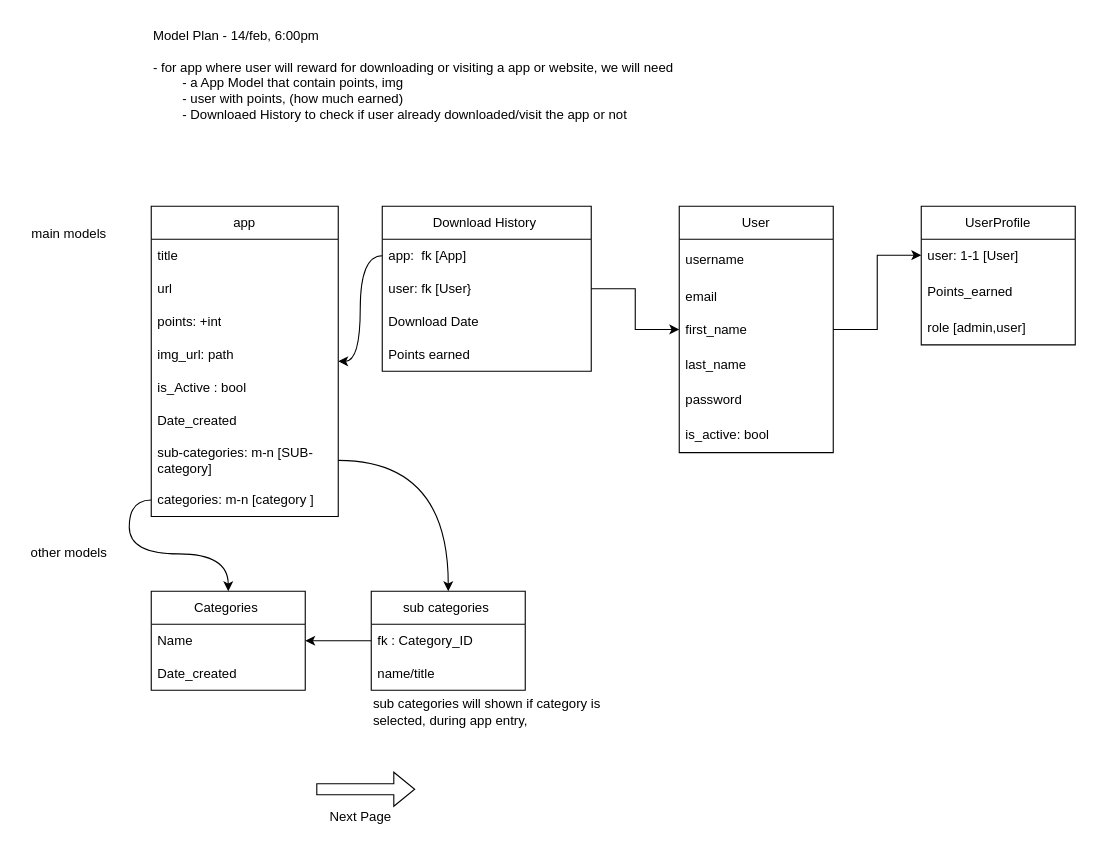
The draw.io diagram page "Models" (1 of 3) of ProjectDetails/modelsPlan_nextLab_assignment.drawio in Rajneeshzytox/nextLab_assignment_app, before the edit. Source tidied: cells renumbered, new cells numbered last; positions are measured from the earlier drawing's top-left corner, leaving out a move shared by most shapes. Both pictures are drawn from the tidied source at 110%, with x=0, y=0 at pixel (19, 19).
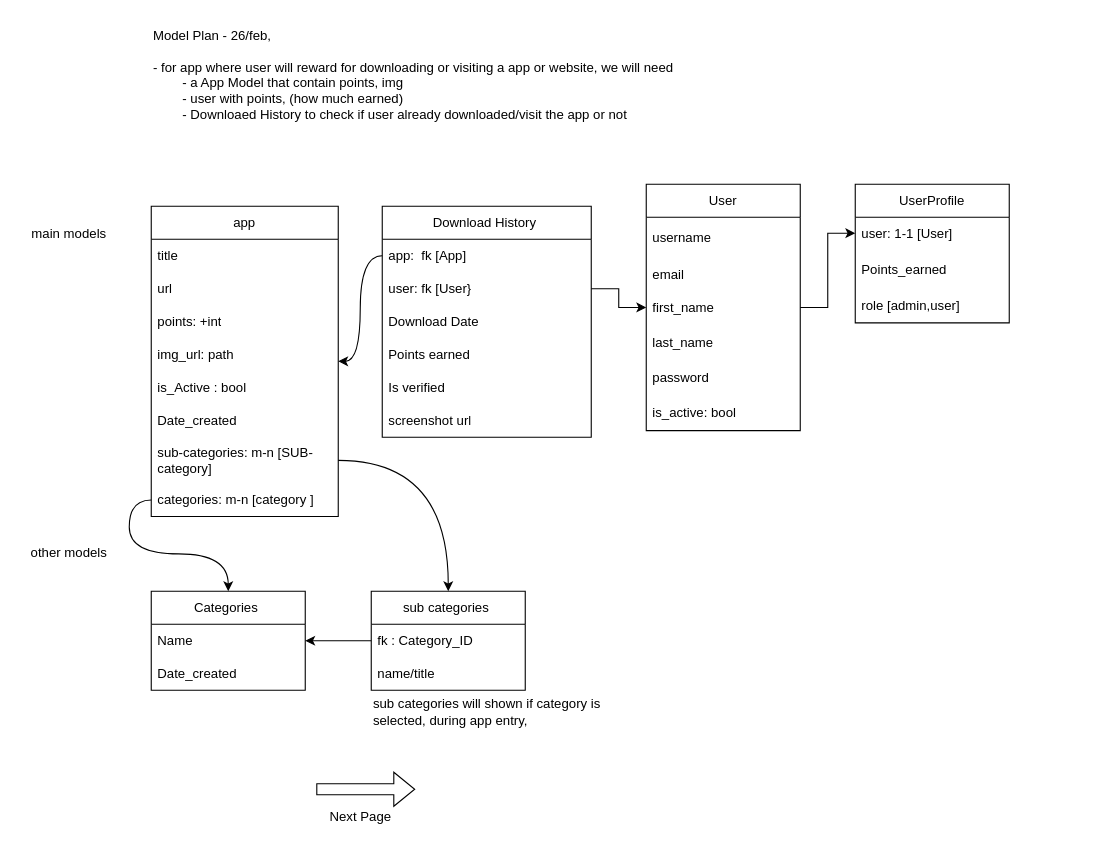
The same diagram, later.

Change to the diagram source:
```diff
@@
-    <mxCell id="11" value="Model Plan - 14/feb, 6:00pm" style="text;html=1;align=left;verticalAlign=middle;strokeColor=none;fillColor=none;" parent="1" vertex="1">
-      <mxGeometry x="120" width="170" height="30" as="geometry" />
+    <mxCell id="11" value="Model Plan - 26/feb," style="text;html=1;align=left;verticalAlign=middle;strokeColor=none;fillColor=none;" parent="1" vertex="1">
+      <mxGeometry x="120" width="130" height="30" as="geometry" />
     </mxCell>
     <mxCell id="12" value="UserProfile" style="swimlane;fontStyle=0;horizontal=1;startSize=30;whiteSpace=wrap;html=1;" parent="1" vertex="1">
-      <mxGeometry x="820" y="170" width="140" height="126" as="geometry" />
+      <mxGeometry x="760" y="150" width="140" height="126" as="geometry" />
     </mxCell>
@@
     <mxCell id="16" value="Download History&amp;nbsp;" style="swimlane;fontStyle=0;horizontal=1;startSize=30;whiteSpace=wrap;html=1;" parent="1" vertex="1">
-      <mxGeometry x="330" y="170" width="190" height="150" as="geometry" />
+      <mxGeometry x="330" y="170" width="190" height="210" as="geometry" />
     </mxCell>
@@
+    <mxCell id="46" value="Is verified&amp;nbsp;" style="text;strokeColor=none;fillColor=none;align=left;verticalAlign=middle;spacingLeft=4;spacingRight=4;overflow=hidden;whiteSpace=wrap;html=1;" parent="16" vertex="1">
+      <mxGeometry y="150" width="190" height="30" as="geometry" />
+    </mxCell>
+    <mxCell id="47" value="screenshot url" style="text;strokeColor=none;fillColor=none;align=left;verticalAlign=middle;spacingLeft=4;spacingRight=4;overflow=hidden;whiteSpace=wrap;html=1;" parent="16" vertex="1">
+      <mxGeometry y="180" width="190" height="30" as="geometry" />
+    </mxCell>
@@
     <mxCell id="37" value="User" style="swimlane;fontStyle=0;horizontal=1;startSize=30;whiteSpace=wrap;html=1;" parent="1" vertex="1">
-      <mxGeometry x="600" y="170" width="140" height="224" as="geometry" />
+      <mxGeometry x="570" y="150" width="140" height="224" as="geometry" />
     </mxCell>
```
